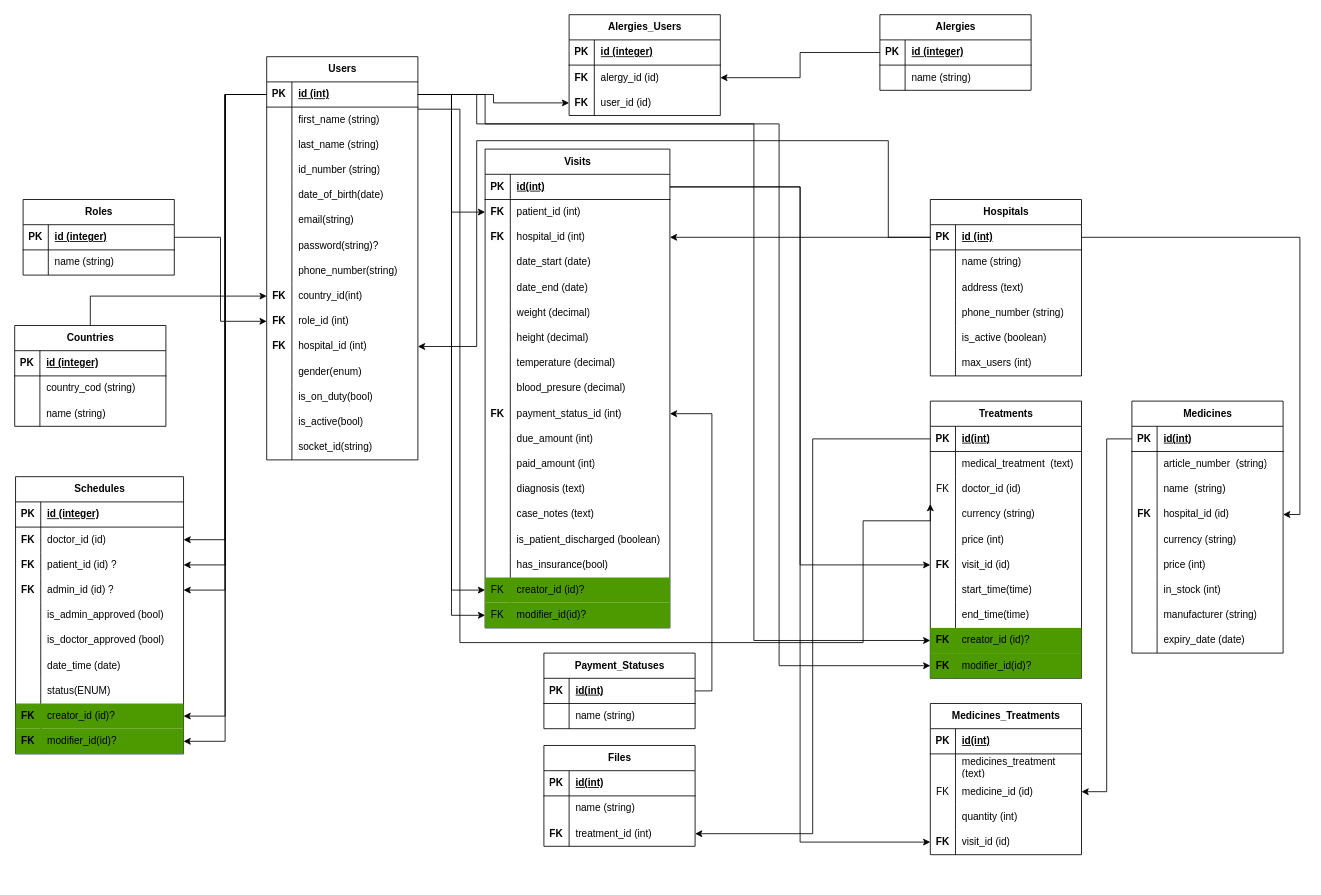
fao30/hospital-management-be keeps this draw.io diagram as Untitled Diagram.drawio. Above is the earlier version. Source tidied: cells renumbered, new cells numbered last; positions are measured from the earlier drawing's top-left corner, leaving out a move shared by most shapes. Both pictures are drawn from the tidied source at 84%, with x=0, y=0 at pixel (14, 14).
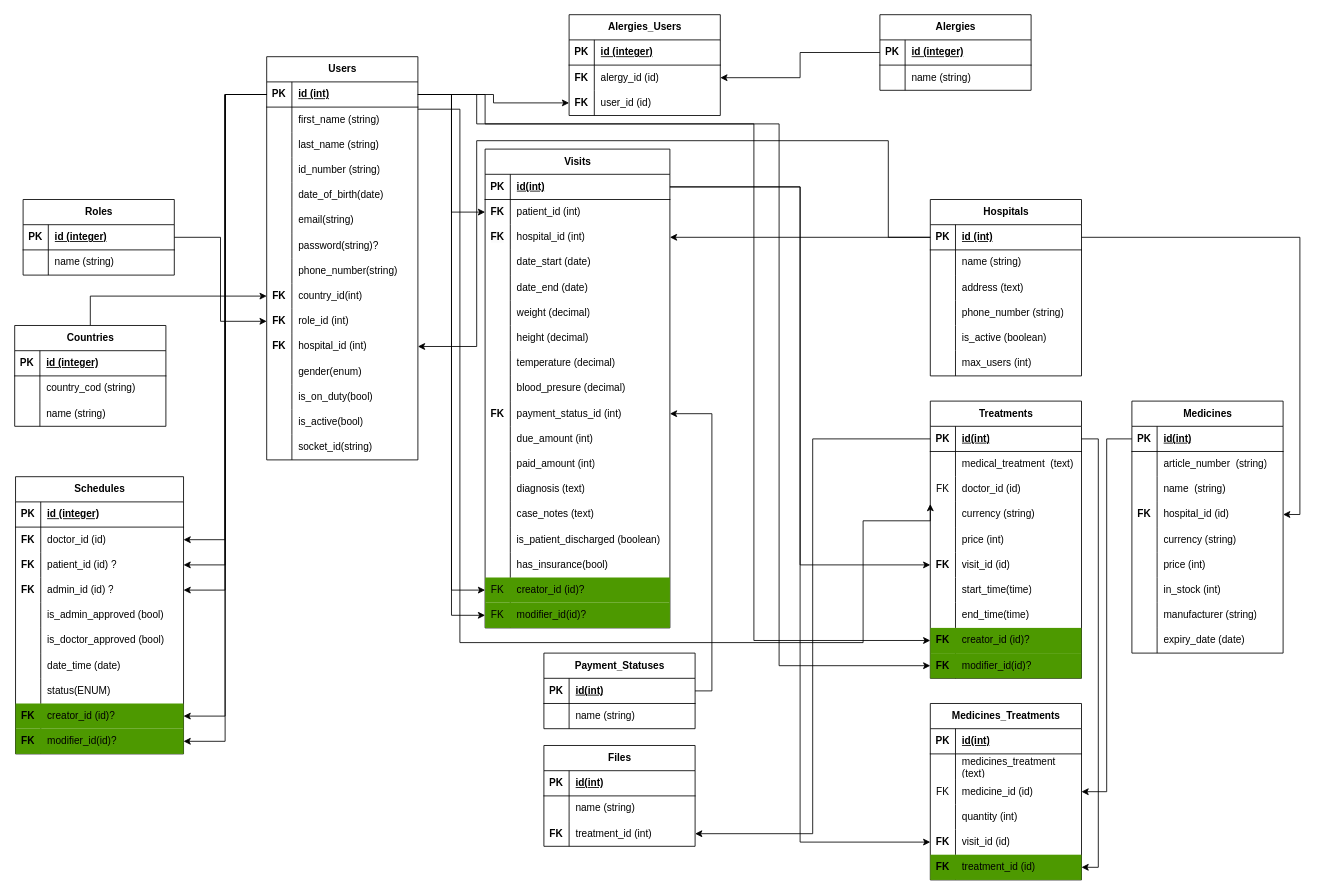
The same diagram, later.

Unchanged cells that the change refers to:
```xml
<mxCell id="144" style="shape=tableRow;horizontal=0;startSize=0;swimlaneHead=0;swimlaneBody=0;fillColor=none;points=[[0,0.5],[1,0.5]];portConstraint=eastwest;top=0;left=0;right=0;bottom=1;" parent="143" vertex="1">
  <mxGeometry y="30" width="180" height="30" as="geometry" />
</mxCell>
```

Change to the diagram source:
```diff
@@
     <mxCell id="213" value="Medicines_Treatments" style="shape=table;startSize=30;childLayout=tableLayout;rowLines=0;fontStyle=1;align=center;html=1;fillColor=none;" parent="1" vertex="1">
-      <mxGeometry x="1090" y="820" width="180" height="180" as="geometry" />
+      <mxGeometry x="1090" y="820" width="180" height="210" as="geometry" />
     </mxCell>
@@
+    <mxCell id="302" style="shape=tableRow;horizontal=0;startSize=0;swimlaneHead=0;swimlaneBody=0;fillColor=#4D9900;points=[[0,0.5],[1,0.5]];portConstraint=eastwest;top=0;left=0;right=0;bottom=0;" parent="213" vertex="1">
+      <mxGeometry y="180" width="180" height="30" as="geometry" />
+    </mxCell>
+    <mxCell id="303" value="&lt;b&gt;FK&lt;/b&gt;" style="shape=partialRectangle;fillColor=none;top=0;left=0;bottom=0;right=0;overflow=hidden;whiteSpace=wrap;html=1;" parent="302" vertex="1">
+      <mxGeometry width="30" height="30" as="geometry" />
+    </mxCell>
+    <mxCell id="304" value="treatment_id (id)" style="shape=partialRectangle;fillColor=none;top=0;left=0;bottom=0;right=0;align=left;spacingLeft=6;overflow=hidden;whiteSpace=wrap;html=1;" parent="302" vertex="1">
+      <mxGeometry x="30" width="150" height="30" as="geometry" />
+    </mxCell>
@@
+    <mxCell id="305" style="edgeStyle=orthogonalEdgeStyle;rounded=0;jettySize=auto;html=1;entryX=1;entryY=0.5;entryDx=0;entryDy=0;" parent="1" edge="1" source="144" target="302">
+      <mxGeometry relative="1" as="geometry">
+        <Array as="points">
+          <mxPoint x="1290" y="505" />
+          <mxPoint x="1290" y="1015" />
+        </Array>
+      </mxGeometry>
+    </mxCell>
```
